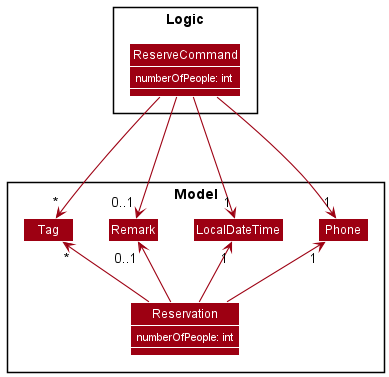
nus-cs2103-AY2122S1/tp keeps this PlantUML diagram as docs/images/AddReservationCommandClassDiagram.png. Above is the earlier version. Its diagram source:
```plantuml
@startuml
!include style.puml
skinparam arrowThickness 1.1
skinparam arrowColor MODEL_COLOR
skinparam classBackgroundColor MODEL_COLOR

package Logic {
class ReserveCommand {
    {field} numberOfPeople: int
}
}


package Model {
class Phone
class LocalDateTime
class Remark
class Tag
class Reservation {
    {field} numberOfPeople: int
}
}

ReserveCommand ---> "1" Phone
ReserveCommand ---> "1" LocalDateTime
ReserveCommand ---> "0..1" Remark
ReserveCommand ---> "*" Tag

Reservation -u-> "1" Phone
Reservation -u-> "1" LocalDateTime
Reservation -u-> "0..1" Remark
Reservation -u-> "*" Tag

show ReserveCommand members
show Reservation members

@enduml
```
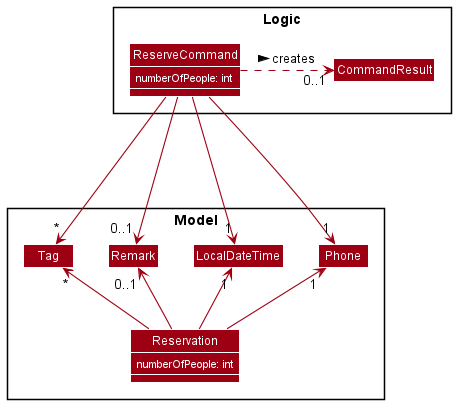
After the change.

Commit message:
add differences of reserve command in DG

Change to the diagram source:
```diff
@@ -8,8 +8,8 @@
 class ReserveCommand {
     {field} numberOfPeople: int
 }
+class CommandResult
 }
-
 
 package Model {
 class Phone
@@ -26,6 +26,8 @@
 ReserveCommand ---> "0..1" Remark
 ReserveCommand ---> "*" Tag
 
+ReserveCommand ..r..> "0..1" CommandResult : creates >
+
 Reservation -u-> "1" Phone
 Reservation -u-> "1" LocalDateTime
 Reservation -u-> "0..1" Remark
```
